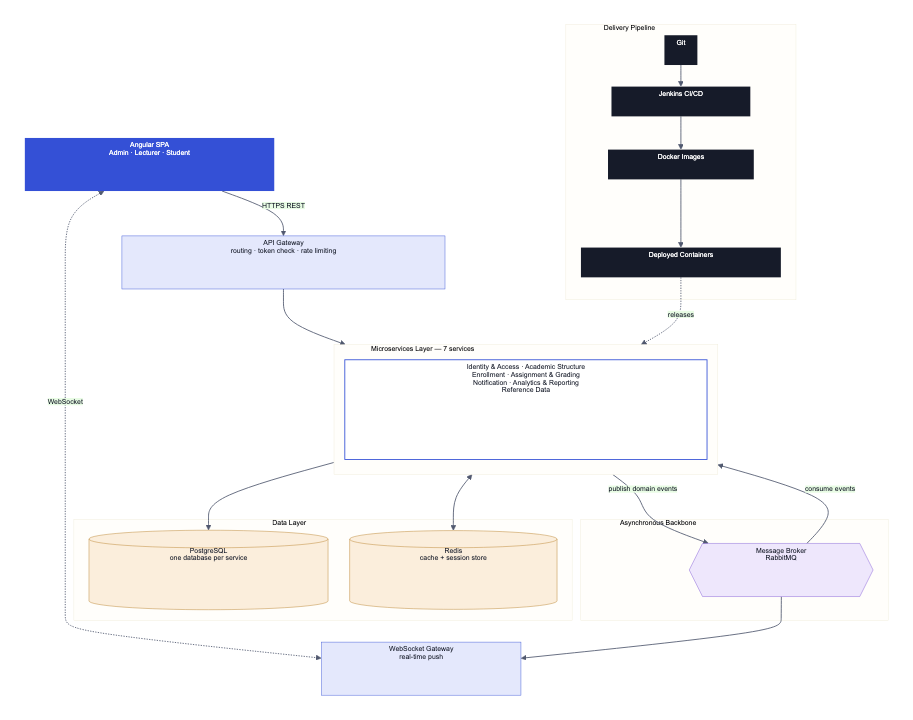
The Mermaid diagram docs/architecture/high-level-architecture.png in ESD-ONE/University-Course-Management-System, before a commit. Its source is kept beside it as docs/architecture/high-level-architecture.mmd.
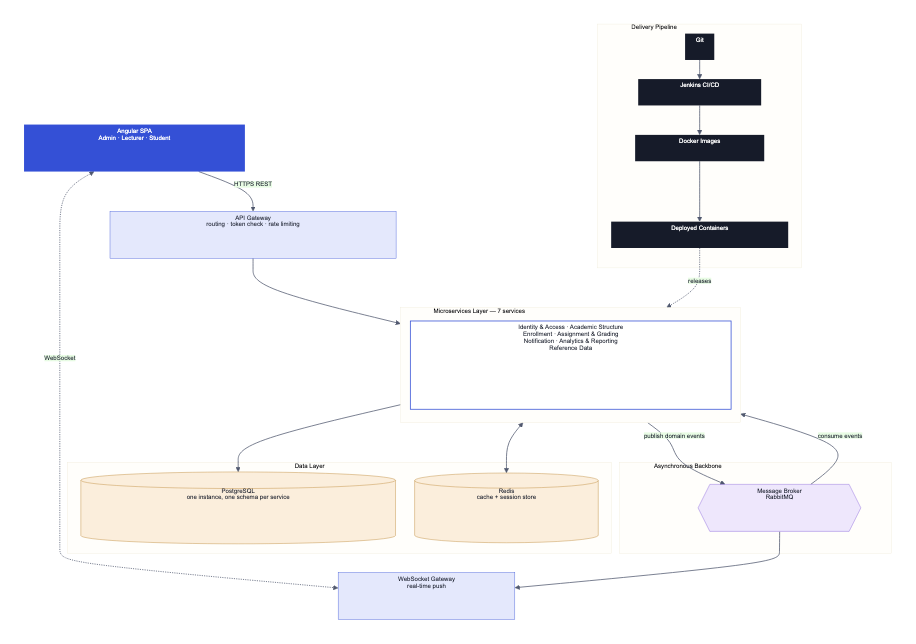
The same diagram one commit later.

What changed in the source:
```diff
@@ -11,7 +11,7 @@
     GW --> SVCLAYER
 
     subgraph DATALAYER["Data Layer"]
-        PG[("PostgreSQL<br/>one database per service")]
+        PG[("PostgreSQL<br/>one instance, one schema per service")]
         REDIS[("Redis<br/>cache + session store")]
     end
 
```
